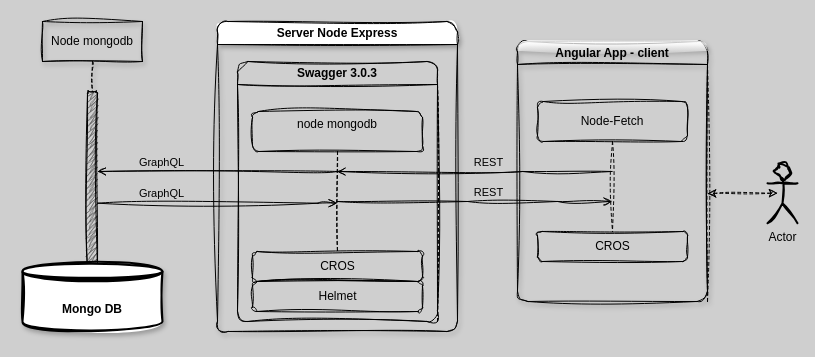
karol-preiskorn/3d-inventory-api keeps this draw.io diagram as assets/architecture.drawio. Above is the earlier version. Source tidied: cells renumbered, new cells numbered last; positions are measured from the earlier drawing's top-left corner, leaving out a move shared by most shapes. Both pictures are drawn from the tidied source at 100%, with x=0, y=0 at pixel (22, 21).
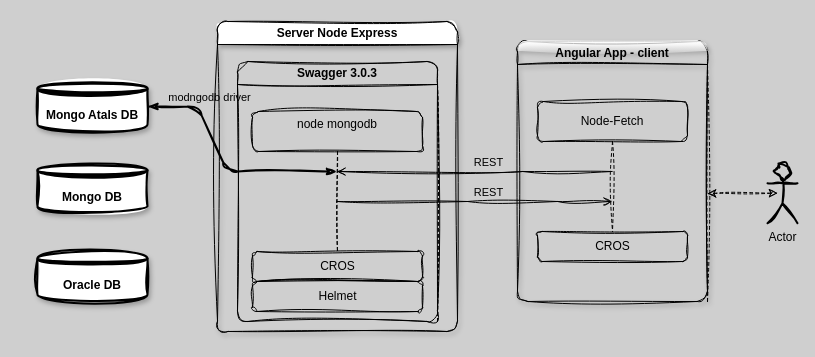
The same diagram, later.

Unchanged cells that the change refers to:
```xml
<mxCell id="18" value="&lt;div&gt;node mongodb&lt;/div&gt;&lt;div&gt;&lt;br&gt;&lt;/div&gt;" style="shape=umlLifeline;perimeter=lifelinePerimeter;whiteSpace=wrap;html=1;outlineConnect=0;portConstraint=eastwest;newEdgeStyle={&quot;edgeStyle&quot;:&quot;elbowEdgeStyle&quot;,&quot;elbow&quot;:&quot;vertical&quot;,&quot;curved&quot;:0,&quot;rounded&quot;:0};labelBorderColor=none;labelBackgroundColor=none;fillColor=none;rounded=1;sketch=1;curveFitting=1;jiggle=2;" parent="17" vertex="1">
  <mxGeometry x="35" y="90" width="170" height="140" as="geometry" />
</mxCell>
```

What changed in the source:
```diff
@@
-    <mxCell id="2" value="&lt;div&gt;Node mongodb&lt;/div&gt;" style="shape=umlLifeline;perimeter=lifelinePerimeter;whiteSpace=wrap;html=1;newEdgeStyle={&quot;edgeStyle&quot;:&quot;elbowEdgeStyle&quot;,&quot;elbow&quot;:&quot;vertical&quot;,&quot;curved&quot;:0,&quot;rounded&quot;:0};labelBorderColor=none;labelBackgroundColor=none;rounded=0;fillStyle=solid;fillColor=none;glass=1;shadow=1;sketch=1;curveFitting=1;jiggle=2;" parent="1" vertex="1">
-      <mxGeometry x="20" width="100" height="70" as="geometry" />
-    </mxCell>
-    <mxCell id="3" style="html=1;points=[];perimeter=orthogonalPerimeter;outlineConnect=0;targetShapes=umlLifeline;portConstraint=eastwest;newEdgeStyle={&quot;edgeStyle&quot;:&quot;elbowEdgeStyle&quot;,&quot;elbow&quot;:&quot;vertical&quot;,&quot;curved&quot;:0,&quot;rounded&quot;:0};labelBorderColor=none;labelBackgroundColor=none;fillColor=#4D4D4D;strokeWidth=1;rounded=1;glass=0;sketch=1;curveFitting=1;jiggle=2;gradientColor=none;fillStyle=zigzag;" parent="2" vertex="1">
-      <mxGeometry x="45" y="70" width="10" height="180" as="geometry" />
-    </mxCell>
-    <mxCell id="4" style="endArrow=open;html=1;endFill=0;shadow=0;startArrow=none;startFill=0;strokeWidth=1;rounded=0;labelBorderColor=none;labelBackgroundColor=none;fontColor=default;sketch=1;curveFitting=1;jiggle=2;" parent="1" edge="1" source="3" target="18">
-      <mxGeometry relative="1" as="geometry">
-        <Array as="points">
-          <mxPoint x="295.5" y="181.7" />
-        </Array>
-      </mxGeometry>
-    </mxCell>
-    <mxCell id="5" value="GraphQL" style="edgeLabel;html=1;align=center;verticalAlign=middle;labelBorderColor=none;labelBackgroundColor=none;rounded=0;sketch=1;curveFitting=1;jiggle=2;" parent="4" vertex="1">
-      <mxGeometry x="-0.61" y="2" relative="1" as="geometry">
-        <mxPoint x="16" y="-8" as="offset" />
-      </mxGeometry>
-    </mxCell>
@@
-    <mxCell id="7" style="endArrow=none;html=1;endFill=0;curved=1;shadow=0;startArrow=open;startFill=0;strokeWidth=1;labelBorderColor=none;labelBackgroundColor=none;fontColor=default;rounded=0;sketch=1;curveFitting=1;jiggle=2;" parent="1" edge="1" source="3" target="18">
-      <mxGeometry relative="1" as="geometry">
-        <Array as="points">
-          <mxPoint x="295" y="150" />
-        </Array>
-      </mxGeometry>
-    </mxCell>
-    <mxCell id="8" value="GraphQL" style="edgeLabel;html=1;align=center;verticalAlign=middle;labelBorderColor=none;labelBackgroundColor=none;rounded=0;sketch=1;curveFitting=1;jiggle=2;" parent="7" vertex="1">
-      <mxGeometry x="-0.61" y="2" relative="1" as="geometry">
-        <mxPoint x="16" y="-8" as="offset" />
-      </mxGeometry>
-    </mxCell>
@@
     <mxCell id="22" value="&lt;b&gt;Mongo DB&lt;/b&gt;" style="shape=datastore;whiteSpace=wrap;html=1;shadow=1;strokeWidth=2;labelBackgroundColor=none;rounded=0;sketch=1;curveFitting=1;jiggle=2;gradientColor=none;fillStyle=auto;" parent="1" vertex="1">
-      <mxGeometry y="240" width="140" height="70" as="geometry" />
+      <mxGeometry x="15" y="141.7" width="110" height="50" as="geometry" />
     </mxCell>
+    <mxCell id="23" value="&lt;b&gt;Oracle DB&lt;br&gt;&lt;/b&gt;" style="shape=datastore;whiteSpace=wrap;html=1;shadow=1;strokeWidth=2;labelBackgroundColor=none;rounded=0;sketch=1;curveFitting=1;jiggle=2;gradientColor=none;fillStyle=auto;" parent="1" vertex="1">
+      <mxGeometry x="15" y="230" width="110" height="50" as="geometry" />
+    </mxCell>
+    <mxCell id="24" value="&lt;b&gt;Mongo Atals DB&lt;/b&gt;" style="shape=datastore;whiteSpace=wrap;html=1;shadow=1;strokeWidth=2;labelBackgroundColor=none;rounded=0;sketch=1;curveFitting=1;jiggle=2;gradientColor=none;fillStyle=auto;" parent="1" vertex="1">
+      <mxGeometry x="15" y="60" width="110" height="50" as="geometry" />
+    </mxCell>
+    <mxCell id="4" style="endArrow=classicThin;html=1;endFill=1;shadow=0;startArrow=classicThin;startFill=1;strokeWidth=2;rounded=1;labelBorderColor=none;labelBackgroundColor=none;fontColor=default;sketch=1;curveFitting=1;jiggle=2;curved=0;strokeColor=default;exitX=1;exitY=0.5;exitDx=0;exitDy=0;" parent="1" edge="1" source="24" target="18">
+      <mxGeometry relative="1" as="geometry">
+        <Array as="points">
+          <mxPoint x="175" y="85" />
+          <mxPoint x="205" y="150" />
+        </Array>
+      </mxGeometry>
+    </mxCell>
+    <mxCell id="5" value="modngodb driver" style="edgeLabel;html=1;align=center;verticalAlign=middle;labelBorderColor=none;labelBackgroundColor=none;rounded=0;sketch=1;curveFitting=1;jiggle=2;" parent="4" vertex="1">
+      <mxGeometry x="-0.61" y="2" relative="1" as="geometry">
+        <mxPoint x="16" y="-8" as="offset" />
+      </mxGeometry>
+    </mxCell>
```
